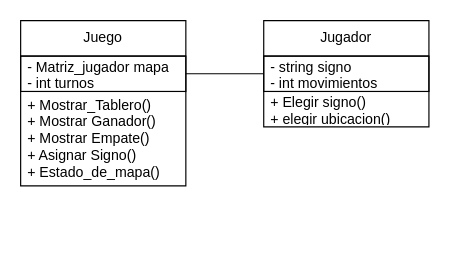
Kal222000/Examen-Programacion-II keeps this draw.io diagram as Examen.drawio. Above is the earlier version. Source tidied: cells renumbered, new cells numbered last; positions are measured from the earlier drawing's top-left corner, leaving out a move shared by most shapes. Both pictures are drawn from the tidied source at 118%, with x=0, y=0 at pixel (20, 20).
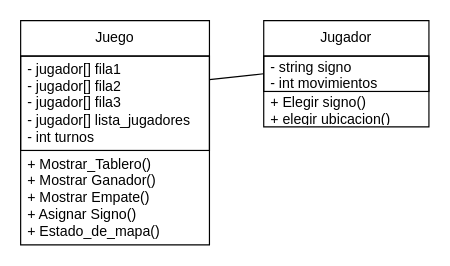
After the change.

Change to the diagram source:
```diff
@@
 <mxGraphModel>
   <root>
     <mxCell id="0" />
     <mxCell id="1" parent="0" />
     <mxCell id="2" value="Juego" style="swimlane;fontStyle=0;horizontal=1;startSize=30;whiteSpace=wrap;html=1;" parent="1" vertex="1">
-      <mxGeometry width="140" height="140" as="geometry" />
+      <mxGeometry width="160" height="190" as="geometry" />
     </mxCell>
-    <mxCell id="3" value="- Matriz_jugador mapa&lt;div&gt;- int turnos&lt;/div&gt;" style="text;strokeColor=default;fillColor=none;align=left;verticalAlign=middle;spacingLeft=4;spacingRight=4;overflow=hidden;points=[[0,0.5],[1,0.5]];portConstraint=eastwest;whiteSpace=wrap;html=1;" parent="2" vertex="1">
-      <mxGeometry y="30" width="140" height="30" as="geometry" />
+    <mxCell id="3" value="- jugador[] fila1&lt;div&gt;- jugador[] fila2&lt;/div&gt;&lt;div&gt;- jugador[] fila3&lt;/div&gt;&lt;div&gt;- jugador[] lista_jugadores&lt;br&gt;&lt;div&gt;- int turnos&lt;/div&gt;&lt;/div&gt;" style="text;strokeColor=default;fillColor=none;align=left;verticalAlign=middle;spacingLeft=4;spacingRight=4;overflow=hidden;points=[[0,0.5],[1,0.5]];portConstraint=eastwest;whiteSpace=wrap;html=1;" parent="2" vertex="1">
+      <mxGeometry y="30" width="160" height="80" as="geometry" />
     </mxCell>
     <mxCell id="4" value="+ Mostrar_Tablero()&lt;div&gt;+ Mostrar Ganador()&lt;/div&gt;&lt;div&gt;+ Mostrar Empate()&lt;/div&gt;&lt;div&gt;+ Asignar Signo()&lt;/div&gt;&lt;div&gt;+ Estado_de_mapa()&lt;/div&gt;" style="text;strokeColor=none;fillColor=none;align=left;verticalAlign=middle;spacingLeft=4;spacingRight=4;overflow=hidden;whiteSpace=wrap;html=1;" parent="2" vertex="1">
-      <mxGeometry y="60" width="140" height="80" as="geometry" />
+      <mxGeometry y="110" width="160" height="80" as="geometry" />
     </mxCell>
-    <mxCell id="5" style="endArrow=none;html=1;rounded=0;exitX=1;exitY=0.5;exitDx=0;exitDy=0;entryX=0;entryY=0.5;entryDx=0;entryDy=0;" parent="1" edge="1" source="3" target="7">
+    <mxCell id="5" style="endArrow=none;html=1;rounded=0;exitX=1;exitY=0.25;exitDx=0;exitDy=0;entryX=0;entryY=0.5;entryDx=0;entryDy=0;exitPerimeter=0;" parent="1" edge="1" source="3" target="7">
       <mxGeometry relative="1" as="geometry" />
     </mxCell>
     <mxCell id="6" value="Jugador" style="swimlane;fontStyle=0;horizontal=1;startSize=30;whiteSpace=wrap;html=1;" parent="1" vertex="1">
       <mxGeometry x="206" width="140" height="90" as="geometry" />
     </mxCell>
     <mxCell id="7" value="- string signo&lt;div&gt;- int movimientos&lt;/div&gt;" style="text;strokeColor=default;fillColor=none;align=left;verticalAlign=middle;spacingLeft=4;spacingRight=4;overflow=hidden;points=[[0,0.5],[1,0.5]];portConstraint=eastwest;whiteSpace=wrap;html=1;" parent="6" vertex="1">
       <mxGeometry y="30" width="140" height="30" as="geometry" />
     </mxCell>
     <mxCell id="8" value="+ Elegir signo()&lt;div&gt;+ elegir ubicacion()&lt;/div&gt;" style="text;strokeColor=none;fillColor=none;align=left;verticalAlign=middle;spacingLeft=4;spacingRight=4;overflow=hidden;whiteSpace=wrap;html=1;" parent="6" vertex="1">
       <mxGeometry y="60" width="140" height="30" as="geometry" />
     </mxCell>
   </root>
 </mxGraphModel>
```
